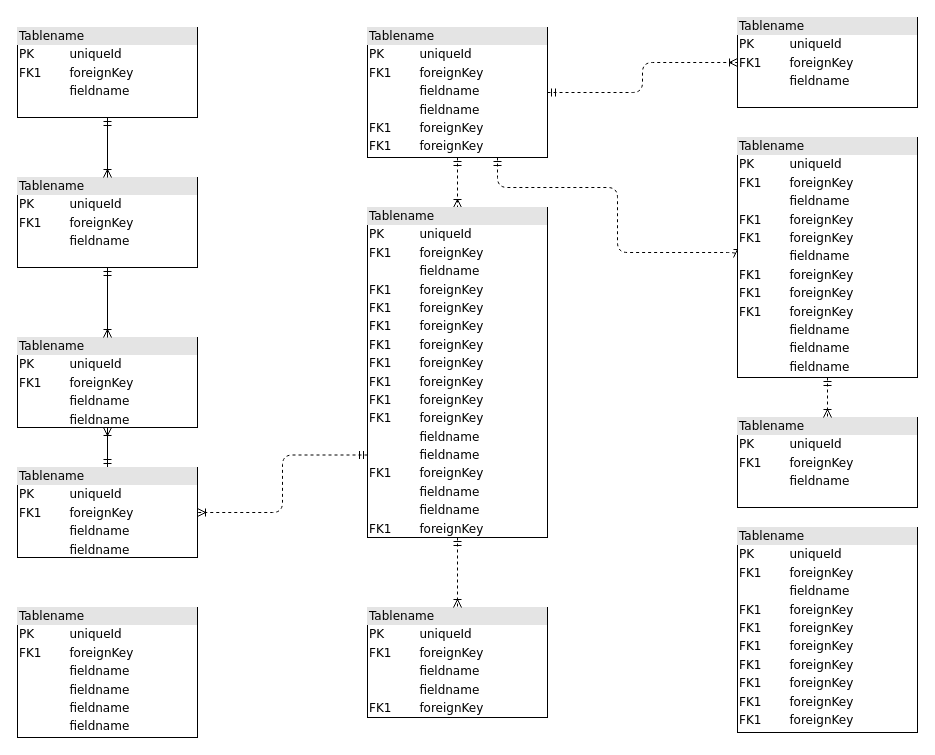
Above: Untitled Diagram.drawio in rafavcc/numero-secreto (draw.io), before the change. Source tidied: cells renumbered, new cells numbered last; positions are measured from the earlier drawing's top-left corner, leaving out a move shared by most shapes. Both pictures are drawn from the tidied source at 100%, with x=0, y=0 at pixel (17, 17).
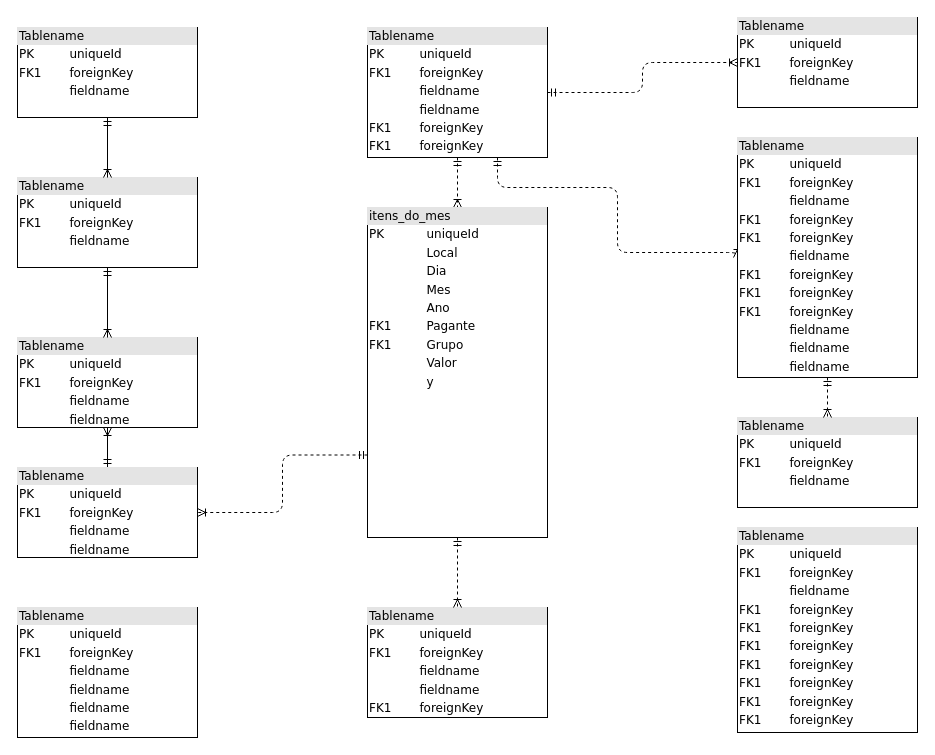
The same page after the edit.

What changed in the source:
```diff
@@
-    <mxCell id="16" value="&lt;div style=&quot;box-sizing: border-box ; width: 100% ; background: #e4e4e4 ; padding: 2px&quot;&gt;Tablename&lt;/div&gt;&lt;table style=&quot;width: 100% ; font-size: 1em&quot; cellpadding=&quot;2&quot; cellspacing=&quot;0&quot;&gt;&lt;tbody&gt;&lt;tr&gt;&lt;td&gt;PK&lt;/td&gt;&lt;td&gt;uniqueId&lt;/td&gt;&lt;/tr&gt;&lt;tr&gt;&lt;td&gt;FK1&lt;/td&gt;&lt;td&gt;foreignKey&lt;/td&gt;&lt;/tr&gt;&lt;tr&gt;&lt;td&gt;&lt;/td&gt;&lt;td&gt;fieldname&lt;/td&gt;&lt;/tr&gt;&lt;tr&gt;&lt;td&gt;FK1&lt;br&gt;&lt;/td&gt;&lt;td&gt;foreignKey&lt;br&gt;&lt;/td&gt;&lt;/tr&gt;&lt;tr&gt;&lt;td&gt;FK1&lt;br&gt;&lt;/td&gt;&lt;td&gt;foreignKey&lt;br&gt;&lt;/td&gt;&lt;/tr&gt;&lt;tr&gt;&lt;td&gt;FK1&lt;br&gt;&lt;/td&gt;&lt;td&gt;foreignKey&lt;br&gt;&lt;/td&gt;&lt;/tr&gt;&lt;tr&gt;&lt;td&gt;FK1&lt;br&gt;&lt;/td&gt;&lt;td&gt;foreignKey&lt;br&gt;&lt;/td&gt;&lt;/tr&gt;&lt;tr&gt;&lt;td&gt;FK1&lt;br&gt;&lt;/td&gt;&lt;td&gt;foreignKey&lt;br&gt;&lt;/td&gt;&lt;/tr&gt;&lt;tr&gt;&lt;td&gt;FK1&lt;br&gt;&lt;/td&gt;&lt;td&gt;foreignKey&lt;br&gt;&lt;/td&gt;&lt;/tr&gt;&lt;tr&gt;&lt;td&gt;FK1&lt;br&gt;&lt;/td&gt;&lt;td&gt;foreignKey&lt;br&gt;&lt;/td&gt;&lt;/tr&gt;&lt;tr&gt;&lt;td&gt;FK1&lt;br&gt;&lt;/td&gt;&lt;td&gt;foreignKey&lt;br&gt;&lt;/td&gt;&lt;/tr&gt;&lt;tr&gt;&lt;td&gt;&lt;br&gt;&lt;/td&gt;&lt;td&gt;fieldname&lt;br&gt;&lt;/td&gt;&lt;/tr&gt;&lt;tr&gt;&lt;td&gt;&lt;br&gt;&lt;/td&gt;&lt;td&gt;fieldname&lt;br&gt;&lt;/td&gt;&lt;/tr&gt;&lt;tr&gt;&lt;td&gt;FK1&lt;br&gt;&lt;/td&gt;&lt;td&gt;foreignKey&lt;br&gt;&lt;/td&gt;&lt;/tr&gt;&lt;tr&gt;&lt;td&gt;&lt;br&gt;&lt;/td&gt;&lt;td&gt;fieldname&lt;br&gt;&lt;/td&gt;&lt;/tr&gt;&lt;tr&gt;&lt;td&gt;&lt;br&gt;&lt;/td&gt;&lt;td&gt;fieldname&lt;br&gt;&lt;/td&gt;&lt;/tr&gt;&lt;tr&gt;&lt;td&gt;FK1&lt;br&gt;&lt;/td&gt;&lt;td&gt;foreignKey&lt;br&gt;&lt;/td&gt;&lt;/tr&gt;&lt;/tbody&gt;&lt;/table&gt;" style="verticalAlign=top;align=left;overflow=fill;html=1;rounded=0;shadow=0;comic=0;labelBackgroundColor=none;strokeWidth=1;fontFamily=Verdana;fontSize=12;" parent="1" vertex="1">
+    <mxCell id="16" value="&lt;div style=&quot;box-sizing: border-box; width: 100%; background: rgb(228, 228, 228); padding: 2px;&quot;&gt;itens_do_mes&lt;/div&gt;&lt;table style=&quot;width: 100% ; font-size: 1em&quot; cellpadding=&quot;2&quot; cellspacing=&quot;0&quot;&gt;&lt;tbody&gt;&lt;tr&gt;&lt;td&gt;PK&lt;/td&gt;&lt;td&gt;uniqueId&lt;/td&gt;&lt;/tr&gt;&lt;tr&gt;&lt;td&gt;&lt;br&gt;&lt;/td&gt;&lt;td&gt;Local&lt;/td&gt;&lt;/tr&gt;&lt;tr&gt;&lt;td&gt;&lt;/td&gt;&lt;td&gt;Dia&lt;/td&gt;&lt;/tr&gt;&lt;tr&gt;&lt;td&gt;&lt;br&gt;&lt;/td&gt;&lt;td&gt;Mes&lt;br&gt;&lt;/td&gt;&lt;/tr&gt;&lt;tr&gt;&lt;td&gt;&lt;br&gt;&lt;/td&gt;&lt;td&gt;Ano&lt;br&gt;&lt;/td&gt;&lt;/tr&gt;&lt;tr&gt;&lt;td&gt;FK1&lt;br&gt;&lt;/td&gt;&lt;td&gt;Pagante&lt;/td&gt;&lt;/tr&gt;&lt;tr&gt;&lt;td&gt;FK1&lt;br&gt;&lt;/td&gt;&lt;td&gt;Grupo&lt;br&gt;&lt;/td&gt;&lt;/tr&gt;&lt;tr&gt;&lt;td&gt;&lt;br&gt;&lt;/td&gt;&lt;td&gt;Valor&lt;/td&gt;&lt;/tr&gt;&lt;tr&gt;&lt;td&gt;&lt;/td&gt;&lt;td&gt;y&lt;br&gt;&lt;/td&gt;&lt;/tr&gt;&lt;/tbody&gt;&lt;/table&gt;" style="verticalAlign=top;align=left;overflow=fill;html=1;rounded=0;shadow=0;comic=0;labelBackgroundColor=none;strokeWidth=1;fontFamily=Verdana;fontSize=12;" parent="1" vertex="1">
       <mxGeometry x="350" y="190" width="180" height="330" as="geometry" />
     </mxCell>
```
